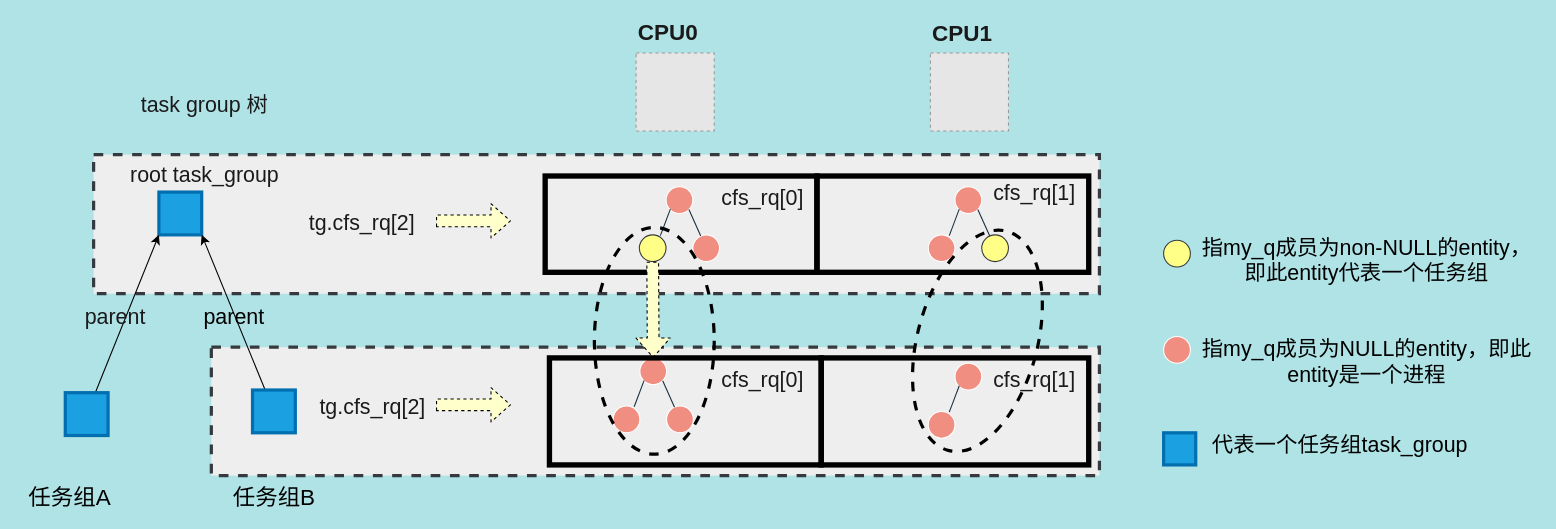
Above: task_group.drawio in YanfeiXu/LinuxerYann (draw.io), before the change. Source tidied: cells renumbered, new cells numbered last; positions are measured from the earlier drawing's top-left corner, leaving out a move shared by most shapes. Both pictures are drawn from the tidied source at 107%, with x=0, y=0 at pixel (18, 20). Pictures stored in the file or linked from it are replaced by grey dashed boxes.
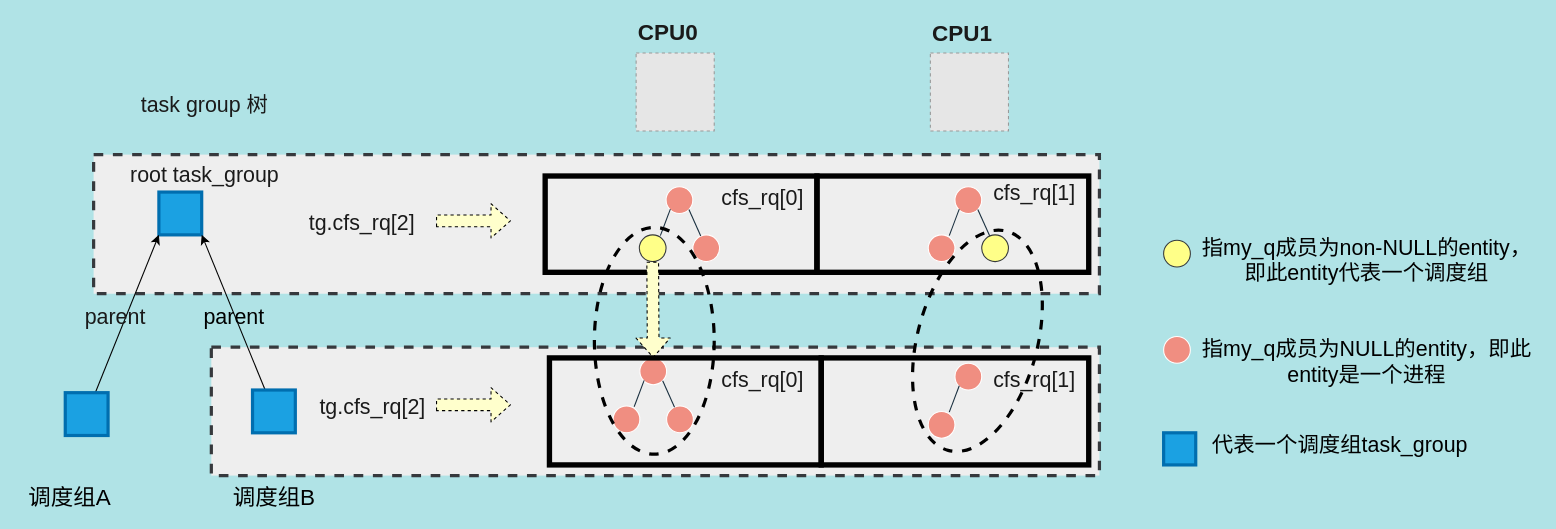
The same page after the edit.

Diff of the diagram source:
```diff
@@
-    <mxCell id="51" value="指my_q成员为non-NULL的entity，即此entity代表一个任务组" style="text;html=1;strokeColor=none;fillColor=none;align=center;verticalAlign=middle;whiteSpace=wrap;rounded=0;dashed=1;labelBackgroundColor=none;sketch=0;fontSize=20;fontColor=#000000;" parent="1" vertex="1">
+    <mxCell id="51" value="指my_q成员为non-NULL的entity，即此entity代表一个调度组" style="text;html=1;strokeColor=none;fillColor=none;align=center;verticalAlign=middle;whiteSpace=wrap;rounded=0;dashed=1;labelBackgroundColor=none;sketch=0;fontSize=20;fontColor=#000000;" parent="1" vertex="1">
       <mxGeometry x="1100" y="220" width="320" height="5" as="geometry" />
     </mxCell>
@@
-    <mxCell id="55" value="代表一个任务组task_group" style="text;html=1;strokeColor=none;fillColor=none;align=center;verticalAlign=middle;whiteSpace=wrap;rounded=0;dashed=1;labelBackgroundColor=none;sketch=0;fontSize=20;fontColor=#000000;" parent="1" vertex="1">
+    <mxCell id="55" value="代表一个调度组task_group" style="text;html=1;strokeColor=none;fillColor=none;align=center;verticalAlign=middle;whiteSpace=wrap;rounded=0;dashed=1;labelBackgroundColor=none;sketch=0;fontSize=20;fontColor=#000000;" parent="1" vertex="1">
       <mxGeometry x="1080" y="365" width="310" height="60" as="geometry" />
     </mxCell>
-    <mxCell id="56" value="任务组A" style="text;html=1;strokeColor=none;fillColor=none;align=center;verticalAlign=middle;whiteSpace=wrap;rounded=0;fontSize=21;" parent="1" vertex="1">
+    <mxCell id="56" value="调度组A" style="text;html=1;strokeColor=none;fillColor=none;align=center;verticalAlign=middle;whiteSpace=wrap;rounded=0;fontSize=21;" parent="1" vertex="1">
       <mxGeometry y="435" width="96" height="20" as="geometry" />
     </mxCell>
-    <mxCell id="57" value="任务组B" style="text;html=1;strokeColor=none;fillColor=none;align=center;verticalAlign=middle;whiteSpace=wrap;rounded=0;fontSize=21;" parent="1" vertex="1">
+    <mxCell id="57" value="调度组B" style="text;html=1;strokeColor=none;fillColor=none;align=center;verticalAlign=middle;whiteSpace=wrap;rounded=0;fontSize=21;" parent="1" vertex="1">
       <mxGeometry x="190.5" y="435" width="96" height="20" as="geometry" />
     </mxCell>
```
